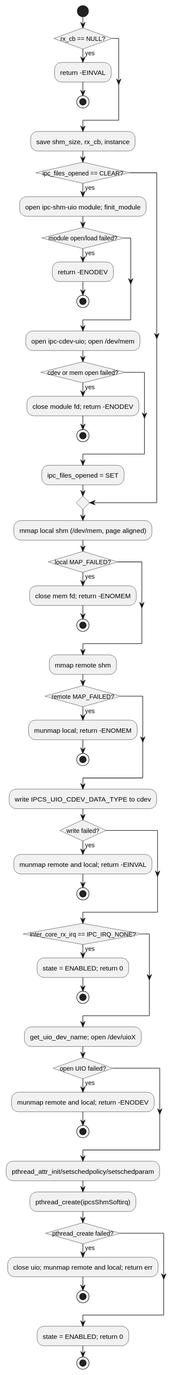
The PlantUML diagram c1_sdd_linux-ipcs/cursor_tmp/flow_svgs/linux_6_4_5_ipcsOsInit.svg in Mastang1/sad_sdd_proj, before a commit.
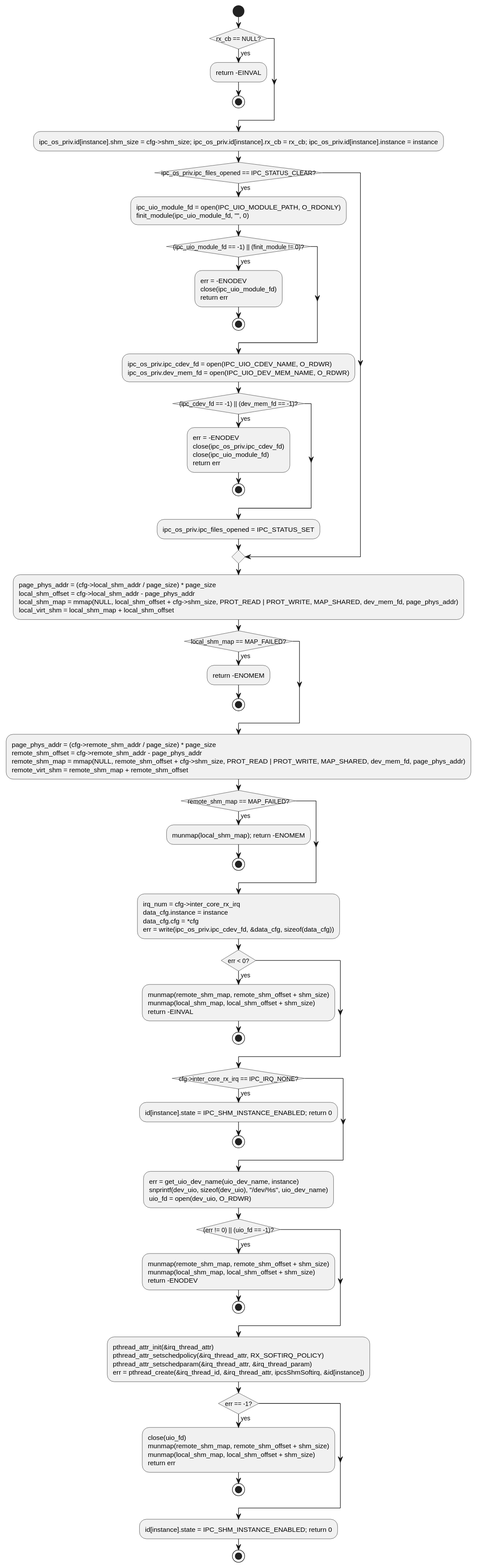
The same diagram one commit later.

What changed in the source:
```diff
@@ -5,52 +5,51 @@
 start
 if (rx_cb == NULL?) then (yes)
   :return -EINVAL;
-  stop
+stop
 endif
-:save shm_size, rx_cb, instance;
-if (ipc_files_opened == CLEAR?) then (yes)
-  :open ipc-shm-uio module; finit_module;
-  if (module open/load failed?) then (yes)
-    :return -ENODEV;
-    stop
+:ipc_os_priv.id[instance].shm_size = cfg->shm_size; ipc_os_priv.id[instance].rx_cb = rx_cb; ipc_os_priv.id[instance].instance = instance;
+if (ipc_os_priv.ipc_files_opened == IPC_STATUS_CLEAR?) then (yes)
+  :ipc_uio_module_fd = open(IPC_UIO_MODULE_PATH, O_RDONLY)\nfinit_module(ipc_uio_module_fd, "", 0);
+  if ((ipc_uio_module_fd == -1) || (finit_module != 0)?) then (yes)
+    :err = -ENODEV\nclose(ipc_uio_module_fd)\nreturn err;
+stop
   endif
-  :open ipc-cdev-uio; open /dev/mem;
-  if (cdev or mem open failed?) then (yes)
-    :close module fd; return -ENODEV;
-    stop
+  :ipc_os_priv.ipc_cdev_fd = open(IPC_UIO_CDEV_NAME, O_RDWR)\nipc_os_priv.dev_mem_fd = open(IPC_UIO_DEV_MEM_NAME, O_RDWR);
+  if ((ipc_cdev_fd == -1) || (dev_mem_fd == -1)?) then (yes)
+    :err = -ENODEV\nclose(ipc_os_priv.ipc_cdev_fd)\nclose(ipc_uio_module_fd)\nreturn err;
+stop
   endif
-  :ipc_files_opened = SET;
+  :ipc_os_priv.ipc_files_opened = IPC_STATUS_SET;
 endif
-:mmap local shm (/dev/mem, page aligned);
-if (local MAP_FAILED?) then (yes)
-  :close mem fd; return -ENOMEM;
-  stop
+:page_phys_addr = (cfg->local_shm_addr / page_size) * page_size\nlocal_shm_offset = cfg->local_shm_addr - page_phys_addr\nlocal_shm_map = mmap(NULL, local_shm_offset + cfg->shm_size, PROT_READ | PROT_WRITE, MAP_SHARED, dev_mem_fd, page_phys_addr)\nlocal_virt_shm = local_shm_map + local_shm_offset;
+if (local_shm_map == MAP_FAILED?) then (yes)
+  :return -ENOMEM;
+stop
 endif
-:mmap remote shm;
-if (remote MAP_FAILED?) then (yes)
-  :munmap local; return -ENOMEM;
-  stop
+:page_phys_addr = (cfg->remote_shm_addr / page_size) * page_size\nremote_shm_offset = cfg->remote_shm_addr - page_phys_addr\nremote_shm_map = mmap(NULL, remote_shm_offset + cfg->shm_size, PROT_READ | PROT_WRITE, MAP_SHARED, dev_mem_fd, page_phys_addr)\nremote_virt_shm = remote_shm_map + remote_shm_offset;
+if (remote_shm_map == MAP_FAILED?) then (yes)
+  :munmap(local_shm_map); return -ENOMEM;
+stop
 endif
-:write IPCS_UIO_CDEV_DATA_TYPE to cdev;
-if (write failed?) then (yes)
-  :munmap remote and local; return -EINVAL;
-  stop
+:irq_num = cfg->inter_core_rx_irq\ndata_cfg.instance = instance\ndata_cfg.cfg = *cfg\nerr = write(ipc_os_priv.ipc_cdev_fd, &data_cfg, sizeof(data_cfg));
+if (err < 0?) then (yes)
+  :munmap(remote_shm_map, remote_shm_offset + shm_size)\nmunmap(local_shm_map, local_shm_offset + shm_size)\nreturn -EINVAL;
+stop
 endif
-if (inter_core_rx_irq == IPC_IRQ_NONE?) then (yes)
-  :state = ENABLED; return 0;
-  stop
+if (cfg->inter_core_rx_irq == IPC_IRQ_NONE?) then (yes)
+  :id[instance].state = IPC_SHM_INSTANCE_ENABLED; return 0;
+stop
 endif
-:get_uio_dev_name; open /dev/uioX;
-if (open UIO failed?) then (yes)
-  :munmap remote and local; return -ENODEV;
-  stop
+:err = get_uio_dev_name(uio_dev_name, instance)\nsnprintf(dev_uio, sizeof(dev_uio), "/dev/%s", uio_dev_name)\nuio_fd = open(dev_uio, O_RDWR);
+if ((err != 0) || (uio_fd == -1)?) then (yes)
+  :munmap(remote_shm_map, remote_shm_offset + shm_size)\nmunmap(local_shm_map, local_shm_offset + shm_size)\nreturn -ENODEV;
+stop
 endif
-:pthread_attr_init/setschedpolicy/setschedparam;
-:pthread_create(ipcsShmSoftirq);
-if (pthread_create failed?) then (yes)
-  :close uio; munmap remote and local; return err;
-  stop
+:pthread_attr_init(&irq_thread_attr)\npthread_attr_setschedpolicy(&irq_thread_attr, RX_SOFTIRQ_POLICY)\npthread_attr_setschedparam(&irq_thread_attr, &irq_thread_param)\nerr = pthread_create(&irq_thread_id, &irq_thread_attr, ipcsShmSoftirq, &id[instance]);
+if (err == -1?) then (yes)
+  :close(uio_fd)\nmunmap(remote_shm_map, remote_shm_offset + shm_size)\nmunmap(local_shm_map, local_shm_offset + shm_size)\nreturn err;
+stop
 endif
-:state = ENABLED; return 0;
+:id[instance].state = IPC_SHM_INSTANCE_ENABLED; return 0;
 stop
 @enduml
```
